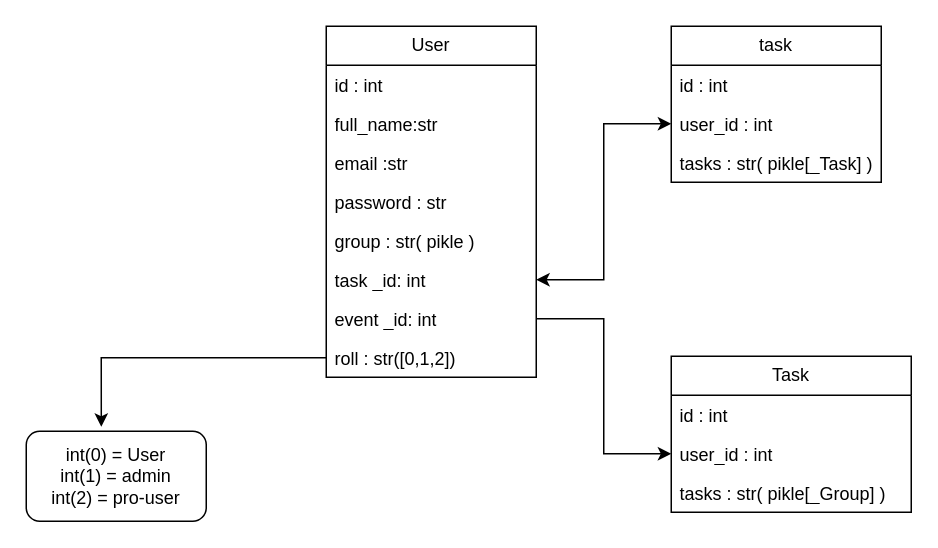
This is .Docts/Datebase.drawio from alireza01100011/PlanningWebApplication, a draw.io file, before an edit. Source tidied: cells renumbered, new cells numbered last; positions are measured from the earlier drawing's top-left corner, leaving out a move shared by most shapes. Both pictures are drawn from the tidied source at 150%, with x=0, y=0 at pixel (26, 26).
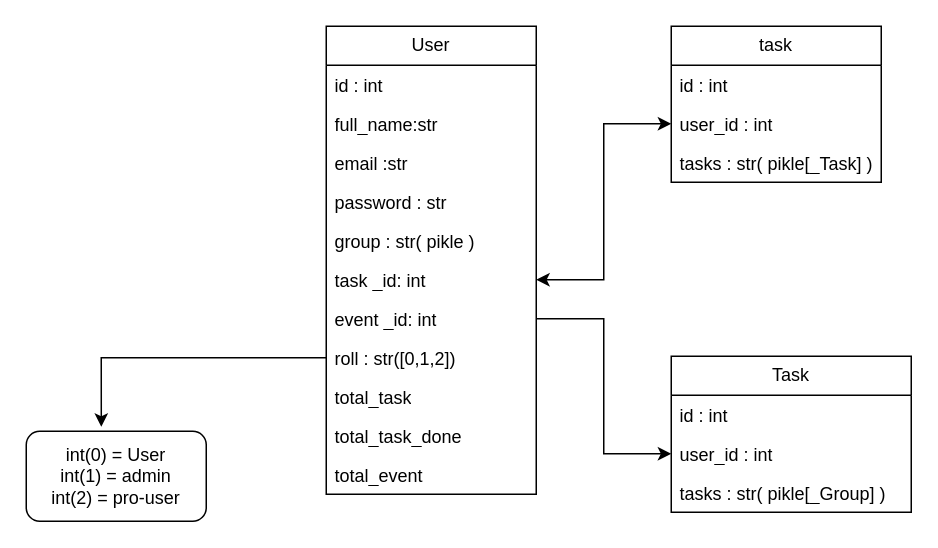
Above is the later version.

Change to the diagram source:
```diff
@@
     <mxCell id="2" value="User" style="swimlane;fontStyle=0;horizontal=1;startSize=26;fillColor=none;whiteSpace=wrap;html=1;" parent="1" vertex="1">
-      <mxGeometry x="200" width="140" height="234" as="geometry" />
+      <mxGeometry x="200" width="140" height="312" as="geometry" />
     </mxCell>
@@
+    <mxCell id="23" value="total_task" style="text;strokeColor=none;fillColor=none;align=left;verticalAlign=top;spacingLeft=4;spacingRight=4;overflow=hidden;whiteSpace=wrap;html=1;" parent="2" vertex="1">
+      <mxGeometry y="234" width="140" height="26" as="geometry" />
+    </mxCell>
+    <mxCell id="24" value="total_task_done" style="text;strokeColor=none;fillColor=none;align=left;verticalAlign=top;spacingLeft=4;spacingRight=4;overflow=hidden;whiteSpace=wrap;html=1;" parent="2" vertex="1">
+      <mxGeometry y="260" width="140" height="26" as="geometry" />
+    </mxCell>
+    <mxCell id="25" value="total_event" style="text;strokeColor=none;fillColor=none;align=left;verticalAlign=top;spacingLeft=4;spacingRight=4;overflow=hidden;whiteSpace=wrap;html=1;" parent="2" vertex="1">
+      <mxGeometry y="286" width="140" height="26" as="geometry" />
+    </mxCell>
```
